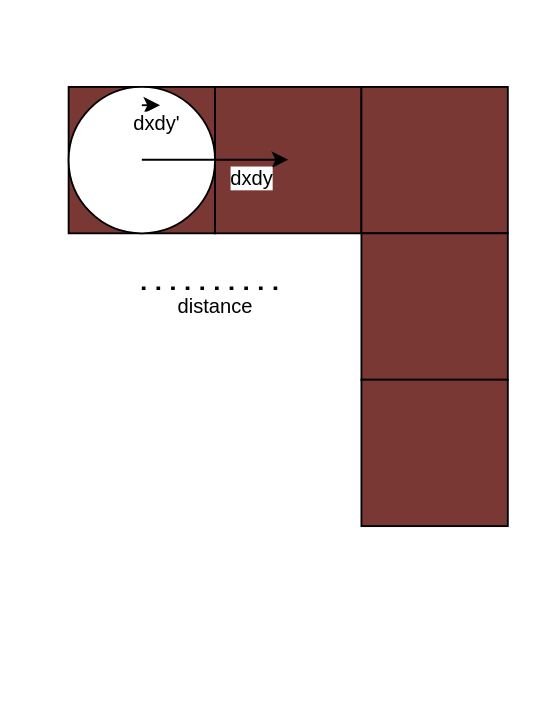
Before: UMLdiagram.drawio in olliglorioso/datasets, a draw.io diagram. Source tidied: cells renumbered, new cells numbered last; positions are measured from the earlier drawing's top-left corner, leaving out a move shared by most shapes. Both pictures are drawn from the tidied source at 183%, with x=0, y=0 at pixel (68, 86).
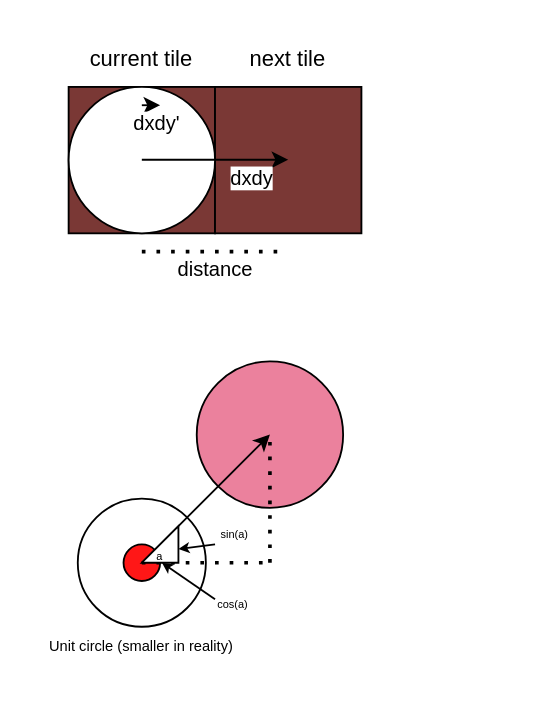
After the change.

Change to the diagram source:
```diff
@@
-    <mxCell id="4" style="rounded=0;whiteSpace=wrap;html=1;fillColor=#7A3835;" parent="1" vertex="1">
-      <mxGeometry x="160" width="80" height="80" as="geometry" />
-    </mxCell>
-    <mxCell id="5" style="rounded=0;whiteSpace=wrap;html=1;fillColor=#7A3835;" parent="1" vertex="1">
-      <mxGeometry x="160" y="80" width="80" height="80" as="geometry" />
-    </mxCell>
-    <mxCell id="6" style="rounded=0;whiteSpace=wrap;html=1;fillColor=#7A3835;" parent="1" vertex="1">
-      <mxGeometry x="160" y="160" width="80" height="80" as="geometry" />
-    </mxCell>
@@
     <mxCell id="9" value="distance" style="endArrow=none;dashed=1;html=1;dashPattern=1 3;strokeWidth=2;rounded=0;" parent="1" edge="1">
       <mxGeometry y="-10" relative="1" as="geometry">
-        <mxPoint x="40" y="110" as="sourcePoint" />
-        <mxPoint x="120" y="110" as="targetPoint" />
+        <mxPoint x="40" y="90" as="sourcePoint" />
+        <mxPoint x="120" y="90" as="targetPoint" />
       </mxGeometry>
     </mxCell>
@@
+    <mxCell id="11" value="current tile" style="text;strokeColor=none;align=center;fillColor=none;html=1;verticalAlign=middle;whiteSpace=wrap;rounded=0;" parent="1" vertex="1">
+      <mxGeometry x="10" y="-30" width="60" height="30" as="geometry" />
+    </mxCell>
+    <mxCell id="12" value="next tile" style="text;strokeColor=none;align=center;fillColor=none;html=1;verticalAlign=middle;whiteSpace=wrap;rounded=0;" parent="1" vertex="1">
+      <mxGeometry x="90" y="-30" width="60" height="30" as="geometry" />
+    </mxCell>
+    <mxCell id="13" style="ellipse;whiteSpace=wrap;html=1;fillColor=#FF1717;" parent="1" vertex="1">
+      <mxGeometry x="30" y="250" width="20" height="20" as="geometry" />
+    </mxCell>
+    <mxCell id="14" style="ellipse;whiteSpace=wrap;html=1;fillColor=#EB819D;" parent="1" vertex="1">
+      <mxGeometry x="70" y="150" width="80" height="80" as="geometry" />
+    </mxCell>
+    <mxCell id="15" style="endArrow=classic;html=1;rounded=0;" parent="1" edge="1">
+      <mxGeometry relative="1" as="geometry">
+        <mxPoint x="40" y="260" as="sourcePoint" />
+        <mxPoint x="110" y="190" as="targetPoint" />
+      </mxGeometry>
+    </mxCell>
+    <mxCell id="16" style="endArrow=none;dashed=1;html=1;dashPattern=1 3;strokeWidth=2;rounded=0;" parent="1" edge="1">
+      <mxGeometry relative="1" as="geometry">
+        <mxPoint x="40" y="260" as="sourcePoint" />
+        <mxPoint x="110" y="260" as="targetPoint" />
+      </mxGeometry>
+    </mxCell>
+    <mxCell id="17" style="endArrow=none;dashed=1;html=1;dashPattern=1 3;strokeWidth=2;rounded=0;" parent="1" edge="1">
+      <mxGeometry relative="1" as="geometry">
+        <mxPoint x="110" y="260" as="sourcePoint" />
+        <mxPoint x="110" y="189.8" as="targetPoint" />
+      </mxGeometry>
+    </mxCell>
+    <mxCell id="18" style="verticalLabelPosition=bottom;verticalAlign=top;html=1;shape=mxgraph.basic.orthogonal_triangle;rotation=-90;" parent="1" vertex="1">
+      <mxGeometry x="40" y="240" width="20" height="20" as="geometry" />
+    </mxCell>
+    <mxCell id="19" style="ellipse;whiteSpace=wrap;html=1;background=transparent;fillColor=none;" parent="1" vertex="1">
+      <mxGeometry x="5" y="225" width="70" height="70" as="geometry" />
+    </mxCell>
+    <mxCell id="20" value="&lt;font style=&quot;font-size: 8px;&quot;&gt;Unit circle (smaller in reality)&lt;/font&gt;" style="text;strokeColor=none;align=center;fillColor=none;html=1;verticalAlign=middle;whiteSpace=wrap;rounded=0;" parent="1" vertex="1">
+      <mxGeometry x="-20" y="290" width="120" height="30" as="geometry" />
+    </mxCell>
+    <mxCell id="21" value="&lt;span style=&quot;font-size: 6px;&quot;&gt;cos(a)&lt;/span&gt;" style="text;strokeColor=none;align=center;fillColor=#FF4DB2;html=1;verticalAlign=middle;whiteSpace=wrap;rounded=0;" parent="1" vertex="1">
+      <mxGeometry x="80" y="280" width="20" as="geometry" />
+    </mxCell>
+    <mxCell id="22" value="&lt;font style=&quot;font-size: 6px;&quot;&gt;sin(a)&lt;/font&gt;" style="text;strokeColor=none;align=center;fillColor=#FF4DB2;html=1;verticalAlign=middle;whiteSpace=wrap;rounded=0;" parent="1" vertex="1">
+      <mxGeometry x="90" y="240" height="5" as="geometry" />
+    </mxCell>
+    <mxCell id="23" style="endArrow=classic;html=1;rounded=0;endSize=3;startSize=3;jumpSize=3;" parent="1" edge="1">
+      <mxGeometry relative="1" as="geometry">
+        <mxPoint x="80" y="250" as="sourcePoint" />
+        <mxPoint x="60" y="252.5" as="targetPoint" />
+      </mxGeometry>
+    </mxCell>
+    <mxCell id="24" style="endArrow=classic;html=1;rounded=0;endSize=3;startSize=3;jumpSize=3;exitX=0.464;exitY=0;exitDx=0;exitDy=0;exitPerimeter=0;" parent="1" edge="1">
+      <mxGeometry relative="1" as="geometry">
+        <mxPoint x="80" y="280" as="sourcePoint" />
+        <mxPoint x="51" y="260" as="targetPoint" />
+      </mxGeometry>
+    </mxCell>
+    <mxCell id="25" value="&lt;font style=&quot;font-size: 6px;&quot;&gt;a&lt;/font&gt;" style="text;strokeColor=none;align=center;fillColor=none;html=1;verticalAlign=middle;whiteSpace=wrap;rounded=0;" parent="1" vertex="1">
+      <mxGeometry x="20" y="240" width="60" height="30" as="geometry" />
+    </mxCell>
```
